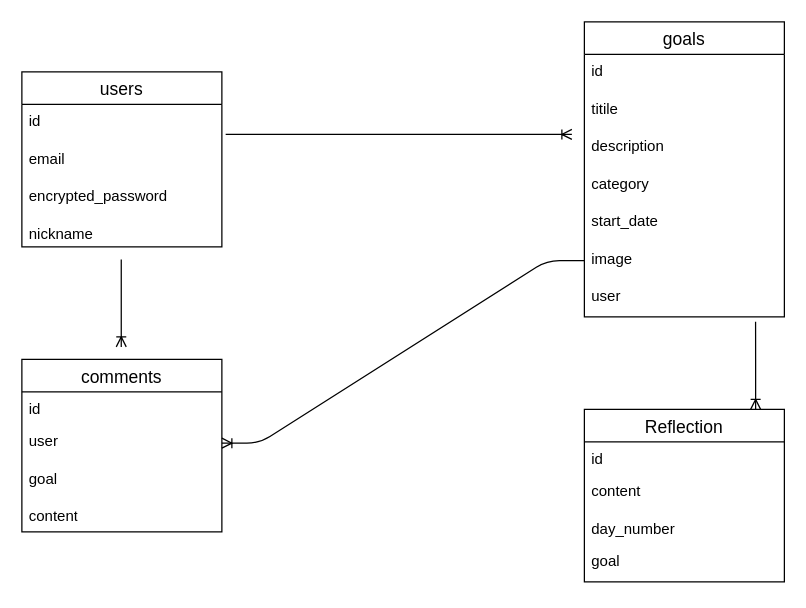
naoyaaaa/oriapp keeps this draw.io diagram as DB .dio. Above is the earlier version. Source tidied: cells renumbered, new cells numbered last; positions are measured from the earlier drawing's top-left corner, leaving out a move shared by most shapes. Both pictures are drawn from the tidied source at 125%, with x=0, y=0 at pixel (21, 21).
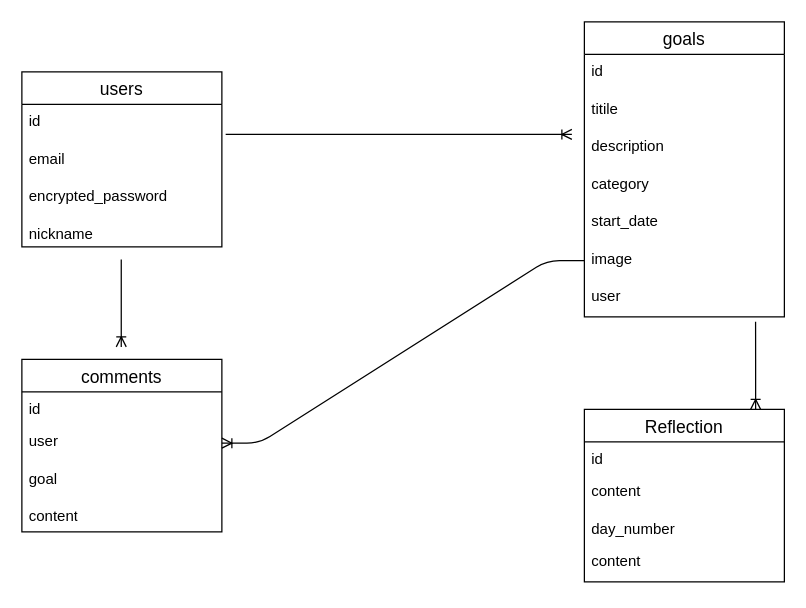
The same diagram, later.

Unchanged cells that the change refers to:
```xml
<mxCell id="20" value="Reflection" style="swimlane;fontStyle=0;horizontal=1;startSize=26;align=center;fontSize=14;" parent="1" vertex="1">
  <mxGeometry x="450" y="310" width="160" height="138" as="geometry" />
</mxCell>
```

Change to the diagram source:
```diff
@@
-    <mxCell id="24" value="goal" style="text;strokeColor=none;fillColor=none;spacingLeft=4;spacingRight=4;overflow=hidden;fontSize=12;" parent="20" vertex="1">
+    <mxCell id="24" value="content" style="text;strokeColor=none;fillColor=none;spacingLeft=4;spacingRight=4;overflow=hidden;fontSize=12;" parent="20" vertex="1">
       <mxGeometry y="108" width="160" height="30" as="geometry" />
     </mxCell>
```
